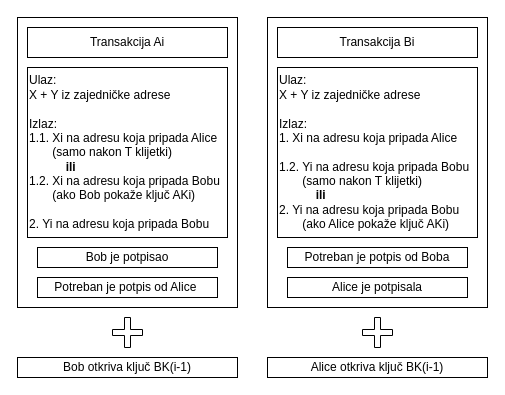
Before: lightning2.drawio in antisaa/diagrams, a draw.io diagram. Source tidied: cells renumbered, new cells numbered last; positions are measured from the earlier drawing's top-left corner, leaving out a move shared by most shapes. Both pictures are drawn from the tidied source at 100%, with x=0, y=0 at pixel (17, 17).
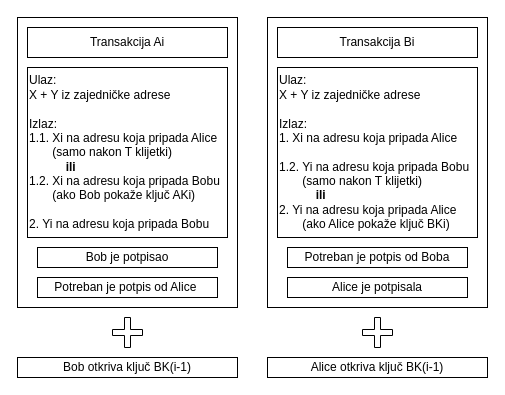
Above is the later version.

What changed in the source:
```diff
@@
 <mxGraphModel>
   <root>
     <mxCell id="0" />
     <mxCell id="1" parent="0" />
     <mxCell id="2" style="rounded=0;whiteSpace=wrap;html=1;" parent="1" vertex="1">
       <mxGeometry width="220" height="290" as="geometry" />
     </mxCell>
     <mxCell id="3" value="&lt;span&gt;Transakcija Ai&lt;/span&gt;" style="rounded=0;whiteSpace=wrap;html=1;" parent="1" vertex="1">
       <mxGeometry x="10" y="10" width="200" height="30" as="geometry" />
     </mxCell>
     <mxCell id="4" value="&lt;div&gt;&lt;span&gt;Ulaz:&lt;/span&gt;&lt;/div&gt;&lt;span&gt;&lt;div&gt;&lt;span&gt;X + Y iz zajedničke adrese&amp;nbsp;&lt;/span&gt;&lt;/div&gt;&lt;/span&gt;&lt;br&gt;&lt;span&gt;Izlaz:&lt;/span&gt;&lt;br&gt;&lt;span&gt;1.1. Xi na adresu koja pripada Alice&lt;br&gt;&lt;/span&gt;&amp;nbsp; &amp;nbsp; &amp;nbsp; &amp;nbsp;(samo nakon T klijetki)&lt;br&gt;&amp;nbsp; &amp;nbsp; &amp;nbsp; &amp;nbsp; &amp;nbsp; &lt;b&gt;&amp;nbsp;ili&lt;/b&gt;&lt;br&gt;&lt;span&gt;1.2. Xi na adresu koja pripada Bobu&lt;br&gt;&amp;nbsp; &amp;nbsp; &amp;nbsp; &amp;nbsp;(ako Bob pokaže ključ AKi)&lt;br&gt;&lt;br&gt;2. Yi na adresu koja pripada Bobu&lt;br&gt;&lt;/span&gt;" style="rounded=0;whiteSpace=wrap;html=1;align=left;" parent="1" vertex="1">
       <mxGeometry x="10" y="50" width="200" height="170" as="geometry" />
     </mxCell>
     <mxCell id="5" value="&lt;span&gt;Bob je potpisao&lt;/span&gt;" style="rounded=0;whiteSpace=wrap;html=1;" parent="1" vertex="1">
       <mxGeometry x="20" y="230" width="180" height="20" as="geometry" />
     </mxCell>
     <mxCell id="6" value="&lt;span&gt;Potreban je potpis od Alice&amp;nbsp;&lt;/span&gt;" style="rounded=0;whiteSpace=wrap;html=1;" parent="1" vertex="1">
       <mxGeometry x="20" y="260" width="180" height="20" as="geometry" />
     </mxCell>
     <mxCell id="7" style="shape=cross;whiteSpace=wrap;html=1;" parent="1" vertex="1">
       <mxGeometry x="95" y="300" width="30" height="30" as="geometry" />
     </mxCell>
     <mxCell id="8" style="rounded=0;whiteSpace=wrap;html=1;" parent="1" vertex="1">
       <mxGeometry x="250" width="220" height="290" as="geometry" />
     </mxCell>
     <mxCell id="9" value="&lt;span&gt;Transakcija Bi&lt;/span&gt;" style="rounded=0;whiteSpace=wrap;html=1;" parent="1" vertex="1">
       <mxGeometry x="260" y="10" width="200" height="30" as="geometry" />
     </mxCell>
-    <mxCell id="10" value="&lt;div&gt;&lt;span&gt;Ulaz:&lt;/span&gt;&lt;/div&gt;&lt;span&gt;&lt;div&gt;&lt;span&gt;X + Y iz zajedničke adrese&amp;nbsp;&lt;/span&gt;&lt;/div&gt;&lt;/span&gt;&lt;br&gt;&lt;span&gt;Izlaz:&lt;/span&gt;&lt;br&gt;&lt;span&gt;1. Xi na adresu koja pripada Alice&lt;br&gt;&lt;/span&gt;&lt;br&gt;&lt;span&gt;1.2. Yi na adresu koja pripada Bobu&lt;br&gt;&lt;/span&gt;&amp;nbsp; &amp;nbsp; &amp;nbsp; &amp;nbsp;(samo nakon T klijetki)&lt;br&gt;&amp;nbsp; &amp;nbsp; &amp;nbsp; &amp;nbsp; &amp;nbsp;&amp;nbsp;&lt;b&gt;&amp;nbsp;ili&lt;/b&gt;&lt;span&gt;&lt;br&gt;2. Yi na adresu koja pripada Bobu&lt;br&gt;&lt;/span&gt;&amp;nbsp; &amp;nbsp; &amp;nbsp; &amp;nbsp;(ako Alice pokaže ključ AKi)&lt;span&gt;&lt;br&gt;&lt;/span&gt;" style="rounded=0;whiteSpace=wrap;html=1;align=left;" parent="1" vertex="1">
+    <mxCell id="10" value="&lt;div&gt;&lt;span&gt;Ulaz:&lt;/span&gt;&lt;/div&gt;&lt;span&gt;&lt;div&gt;&lt;span&gt;X + Y iz zajedničke adrese&amp;nbsp;&lt;/span&gt;&lt;/div&gt;&lt;/span&gt;&lt;br&gt;&lt;span&gt;Izlaz:&lt;/span&gt;&lt;br&gt;&lt;span&gt;1. Xi na adresu koja pripada Alice&lt;br&gt;&lt;/span&gt;&lt;br&gt;&lt;span&gt;1.2. Yi na adresu koja pripada Bobu&lt;br&gt;&lt;/span&gt;&amp;nbsp; &amp;nbsp; &amp;nbsp; &amp;nbsp;(samo nakon T klijetki)&lt;br&gt;&amp;nbsp; &amp;nbsp; &amp;nbsp; &amp;nbsp; &amp;nbsp;&amp;nbsp;&lt;b&gt;&amp;nbsp;ili&lt;/b&gt;&lt;span&gt;&lt;br&gt;2. Yi na adresu koja pripada Alice&lt;br&gt;&lt;/span&gt;&amp;nbsp; &amp;nbsp; &amp;nbsp; &amp;nbsp;(ako Alice pokaže ključ BKi)&lt;span&gt;&lt;br&gt;&lt;/span&gt;" style="rounded=0;whiteSpace=wrap;html=1;align=left;" parent="1" vertex="1">
       <mxGeometry x="260" y="50" width="200" height="170" as="geometry" />
     </mxCell>
     <mxCell id="11" value="Potreban je potpis od Boba" style="rounded=0;whiteSpace=wrap;html=1;" parent="1" vertex="1">
       <mxGeometry x="270" y="230" width="180" height="20" as="geometry" />
     </mxCell>
     <mxCell id="12" value="Alice je potpisala" style="rounded=0;whiteSpace=wrap;html=1;" parent="1" vertex="1">
       <mxGeometry x="270" y="260" width="180" height="20" as="geometry" />
     </mxCell>
     <mxCell id="13" style="shape=cross;whiteSpace=wrap;html=1;" parent="1" vertex="1">
       <mxGeometry x="345" y="300" width="30" height="30" as="geometry" />
     </mxCell>
     <mxCell id="14" value="Bob otkriva ključ BK(i-1)" style="rounded=0;whiteSpace=wrap;html=1;" parent="1" vertex="1">
       <mxGeometry y="340" width="220" height="20" as="geometry" />
     </mxCell>
     <mxCell id="15" value="&lt;span&gt;Alice otkriva ključ BK(i-1)&lt;/span&gt;" style="rounded=0;whiteSpace=wrap;html=1;" parent="1" vertex="1">
       <mxGeometry x="250" y="340" width="220" height="20" as="geometry" />
     </mxCell>
   </root>
 </mxGraphModel>
```
